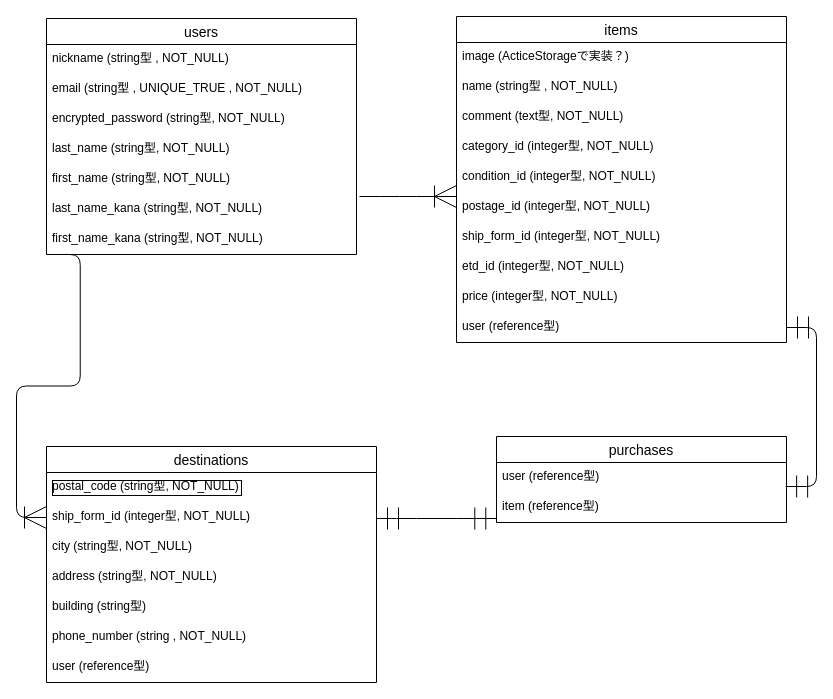
Above: config/furima-34845.dio in tn-0214/furima-34845 (draw.io), before the change. Source tidied: cells renumbered, new cells numbered last; positions are measured from the earlier drawing's top-left corner, leaving out a move shared by most shapes. Both pictures are drawn from the tidied source at 100%, with x=0, y=0 at pixel (46, 16).
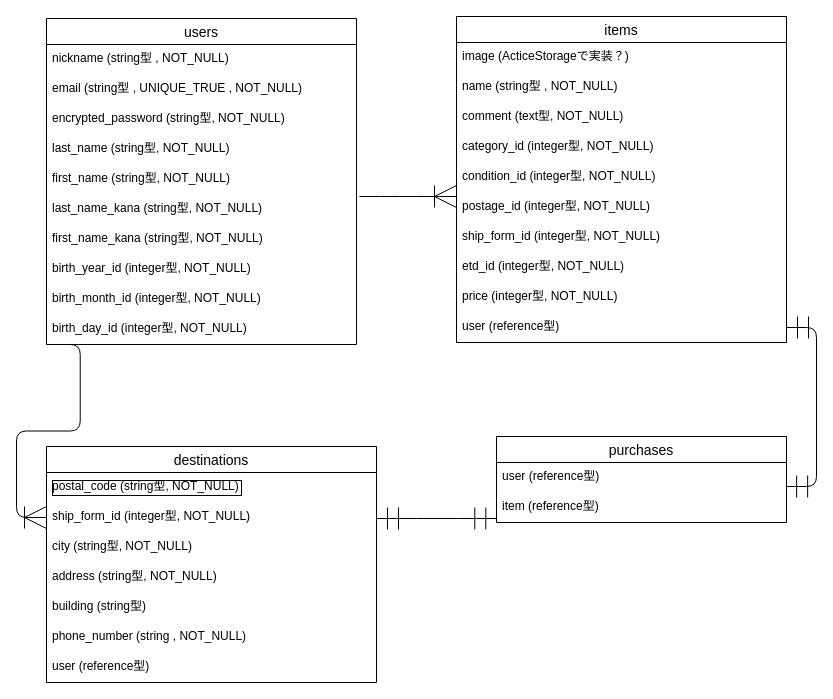
Above is the later version.

Diff of the diagram source:
```diff
@@
     <mxCell id="2" value="users" style="swimlane;fontStyle=0;horizontal=1;startSize=26;align=center;fontSize=14;" parent="1" vertex="1">
-      <mxGeometry y="2" width="310" height="236" as="geometry" />
+      <mxGeometry y="2" width="310" height="326" as="geometry" />
     </mxCell>
@@
+    <mxCell id="36" value="first_name_kana (string型, NOT_NULL)" style="text;strokeColor=none;fillColor=none;spacingLeft=4;spacingRight=4;overflow=hidden;fontSize=12;" parent="2" vertex="1">
+      <mxGeometry y="206" width="310" height="30" as="geometry" />
+    </mxCell>
+    <mxCell id="37" value="birth_year_id (integer型, NOT_NULL)" style="text;strokeColor=none;fillColor=none;spacingLeft=4;spacingRight=4;overflow=hidden;fontSize=12;" parent="2" vertex="1">
+      <mxGeometry y="236" width="310" height="30" as="geometry" />
+    </mxCell>
+    <mxCell id="38" value="birth_month_id (integer型, NOT_NULL)" style="text;strokeColor=none;fillColor=none;spacingLeft=4;spacingRight=4;overflow=hidden;fontSize=12;" parent="2" vertex="1">
+      <mxGeometry y="266" width="310" height="30" as="geometry" />
+    </mxCell>
-    <mxCell id="9" value="first_name_kana (string型, NOT_NULL)" style="text;strokeColor=none;fillColor=none;spacingLeft=4;spacingRight=4;overflow=hidden;points=[[0,0.5],[1,0.5]];portConstraint=eastwest;fontSize=12;" parent="2" vertex="1">
-      <mxGeometry y="206" width="310" height="30" as="geometry" />
+    <mxCell id="9" value="birth_day_id (integer型, NOT_NULL)" style="text;strokeColor=none;fillColor=none;spacingLeft=4;spacingRight=4;overflow=hidden;points=[[0,0.5],[1,0.5]];portConstraint=eastwest;fontSize=12;" parent="2" vertex="1">
+      <mxGeometry y="296" width="310" height="30" as="geometry" />
     </mxCell>
```
